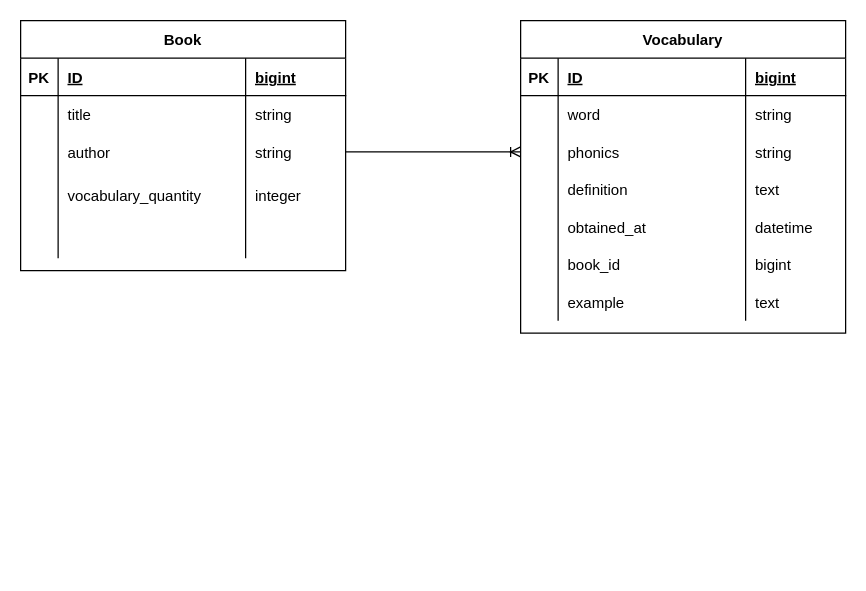
Before: db/er/er.drawio in Kubo-yu/vocab-from-kindle, a draw.io diagram. Source tidied: cells renumbered, new cells numbered last; positions are measured from the earlier drawing's top-left corner, leaving out a move shared by most shapes. Both pictures are drawn from the tidied source at 125%, with x=0, y=0 at pixel (20, 20).
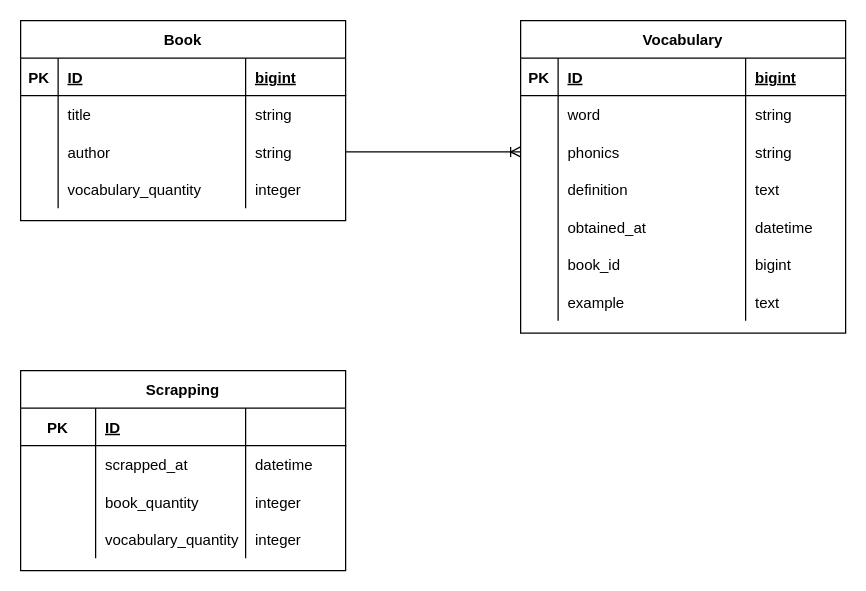
The same page after the edit.

What changed in the source:
```diff
@@
     <mxCell id="2" value="Book" style="shape=table;startSize=30;childLayout=tableLayout;rowLines=0;fontStyle=1;align=center;" parent="1" vertex="1">
-      <mxGeometry width="260" height="200" as="geometry" />
+      <mxGeometry width="260" height="160" as="geometry" />
     </mxCell>
@@
-    <mxCell id="15" style="shape=partialRectangle;fillColor=none;top=0;left=0;bottom=0;right=0;" parent="2" vertex="1">
-      <mxGeometry y="120" width="260" height="40" as="geometry" />
-    </mxCell>
-    <mxCell id="16" style="shape=partialRectangle;fillColor=none;top=0;left=0;bottom=0;right=0;overflow=hidden;" parent="15" vertex="1">
-      <mxGeometry width="30" height="40" as="geometry" />
-    </mxCell>
-    <mxCell id="17" value="vocabulary_quantity" style="shape=partialRectangle;fillColor=none;top=0;left=0;bottom=0;right=0;align=left;spacingLeft=6;overflow=hidden;" parent="15" vertex="1">
-      <mxGeometry x="30" width="150" height="40" as="geometry" />
-    </mxCell>
-    <mxCell id="18" value="integer" style="shape=partialRectangle;fillColor=none;top=0;left=0;bottom=0;right=0;align=left;spacingLeft=6;overflow=hidden;" parent="15" vertex="1">
-      <mxGeometry x="180" width="80" height="40" as="geometry" />
-    </mxCell>
     <mxCell id="19" style="shape=partialRectangle;fillColor=none;top=0;left=0;bottom=0;right=0;" parent="2" vertex="1">
-      <mxGeometry y="160" width="260" height="30" as="geometry" />
+      <mxGeometry y="120" width="260" height="30" as="geometry" />
     </mxCell>
@@
-    <mxCell id="21" style="shape=partialRectangle;fillColor=none;top=0;left=0;bottom=0;right=0;align=left;spacingLeft=6;overflow=hidden;" parent="19" vertex="1">
+    <mxCell id="21" value="vocabulary_quantity" style="shape=partialRectangle;fillColor=none;top=0;left=0;bottom=0;right=0;align=left;spacingLeft=6;overflow=hidden;" parent="19" vertex="1">
       <mxGeometry x="30" width="150" height="30" as="geometry" />
     </mxCell>
-    <mxCell id="22" style="shape=partialRectangle;fillColor=none;top=0;left=0;bottom=0;right=0;align=left;spacingLeft=6;overflow=hidden;" parent="19" vertex="1">
+    <mxCell id="22" value="integer" style="shape=partialRectangle;fillColor=none;top=0;left=0;bottom=0;right=0;align=left;spacingLeft=6;overflow=hidden;" parent="19" vertex="1">
       <mxGeometry x="180" width="80" height="30" as="geometry" />
     </mxCell>
@@
+    <mxCell id="53" value="Scrapping" style="shape=table;startSize=30;childLayout=tableLayout;rowLines=0;fontStyle=1;align=center;" parent="1" vertex="1">
+      <mxGeometry y="280" width="260" height="160" as="geometry" />
+    </mxCell>
+    <mxCell id="54" style="shape=partialRectangle;fillColor=none;top=0;left=0;bottom=1;right=0;" parent="53" vertex="1">
+      <mxGeometry y="30" width="260" height="30" as="geometry" />
+    </mxCell>
+    <mxCell id="55" value="PK" style="shape=partialRectangle;fillColor=none;top=0;left=0;bottom=0;right=0;fontStyle=1;overflow=hidden;" parent="54" vertex="1">
+      <mxGeometry width="60" height="30" as="geometry" />
+    </mxCell>
+    <mxCell id="56" value="ID" style="shape=partialRectangle;fillColor=none;top=0;left=0;bottom=0;right=0;align=left;spacingLeft=6;fontStyle=5;overflow=hidden;" parent="54" vertex="1">
+      <mxGeometry x="60" width="120" height="30" as="geometry" />
+    </mxCell>
+    <mxCell id="57" style="shape=partialRectangle;fillColor=none;top=0;left=0;bottom=0;right=0;align=left;spacingLeft=6;fontStyle=5;overflow=hidden;" parent="54" vertex="1">
+      <mxGeometry x="180" width="80" height="30" as="geometry" />
+    </mxCell>
+    <mxCell id="58" style="shape=partialRectangle;fillColor=none;top=0;left=0;bottom=0;right=0;" parent="53" vertex="1">
+      <mxGeometry y="60" width="260" height="30" as="geometry" />
+    </mxCell>
+    <mxCell id="59" style="shape=partialRectangle;fillColor=none;top=0;left=0;bottom=0;right=0;overflow=hidden;" parent="58" vertex="1">
+      <mxGeometry width="60" height="30" as="geometry" />
+    </mxCell>
+    <mxCell id="60" value="scrapped_at" style="shape=partialRectangle;fillColor=none;top=0;left=0;bottom=0;right=0;align=left;spacingLeft=6;overflow=hidden;" parent="58" vertex="1">
+      <mxGeometry x="60" width="120" height="30" as="geometry" />
+    </mxCell>
+    <mxCell id="61" value="datetime" style="shape=partialRectangle;fillColor=none;top=0;left=0;bottom=0;right=0;align=left;spacingLeft=6;overflow=hidden;" parent="58" vertex="1">
+      <mxGeometry x="180" width="80" height="30" as="geometry" />
+    </mxCell>
+    <mxCell id="62" style="shape=partialRectangle;fillColor=none;top=0;left=0;bottom=0;right=0;" parent="53" vertex="1">
+      <mxGeometry y="90" width="260" height="30" as="geometry" />
+    </mxCell>
+    <mxCell id="63" style="shape=partialRectangle;fillColor=none;top=0;left=0;bottom=0;right=0;overflow=hidden;" parent="62" vertex="1">
+      <mxGeometry width="60" height="30" as="geometry" />
+    </mxCell>
+    <mxCell id="64" value="book_quantity" style="shape=partialRectangle;fillColor=none;top=0;left=0;bottom=0;right=0;align=left;spacingLeft=6;overflow=hidden;" parent="62" vertex="1">
+      <mxGeometry x="60" width="120" height="30" as="geometry" />
+    </mxCell>
+    <mxCell id="65" value="integer" style="shape=partialRectangle;fillColor=none;top=0;left=0;bottom=0;right=0;align=left;spacingLeft=6;overflow=hidden;" parent="62" vertex="1">
+      <mxGeometry x="180" width="80" height="30" as="geometry" />
+    </mxCell>
+    <mxCell id="66" style="shape=partialRectangle;fillColor=none;top=0;left=0;bottom=0;right=0;" parent="53" vertex="1">
+      <mxGeometry y="120" width="260" height="30" as="geometry" />
+    </mxCell>
+    <mxCell id="67" style="shape=partialRectangle;fillColor=none;top=0;left=0;bottom=0;right=0;overflow=hidden;" parent="66" vertex="1">
+      <mxGeometry width="60" height="30" as="geometry" />
+    </mxCell>
+    <mxCell id="17" value="vocabulary_quantity" style="shape=partialRectangle;fillColor=none;top=0;left=0;bottom=0;right=0;align=left;spacingLeft=6;overflow=hidden;" parent="66" vertex="1">
+      <mxGeometry x="60" width="120" height="30" as="geometry" />
+    </mxCell>
+    <mxCell id="68" value="integer" style="shape=partialRectangle;fillColor=none;top=0;left=0;bottom=0;right=0;align=left;spacingLeft=6;overflow=hidden;" parent="66" vertex="1">
+      <mxGeometry x="180" width="80" height="30" as="geometry" />
+    </mxCell>
```
